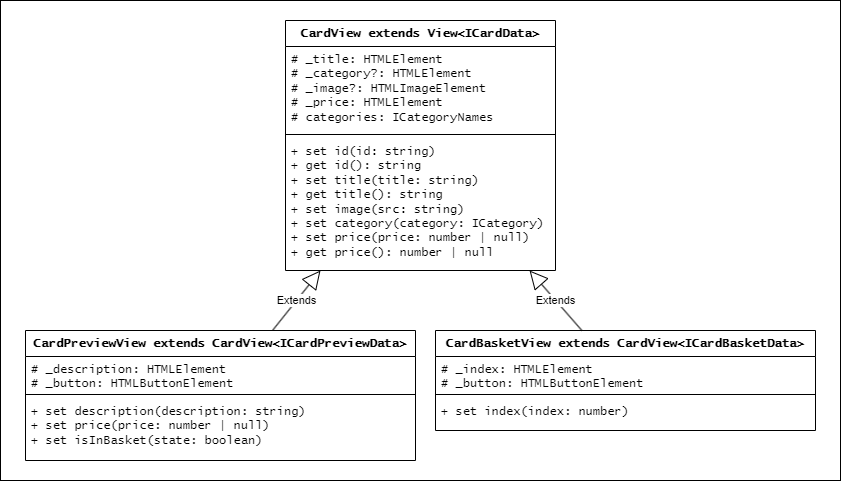
Before: documentation/View/CardClasses.png, a diagram exported from draw.io (anna-kobis/web-larek). Source tidied: cells renumbered, new cells last; positions are measured from the earlier drawing's top-left corner, leaving out a move shared by most shapes. Its diagram source:
```xml
<mxGraphModel>
  <root>
    <mxCell id="0" />
    <mxCell id="1" parent="0" />
    <mxCell id="2" style="rounded=0;whiteSpace=wrap;html=1;" parent="1" vertex="1">
      <mxGeometry width="840" height="480" as="geometry" />
    </mxCell>
    <mxCell id="3" value="CardView extends View&amp;lt;ICardData&amp;gt;" style="swimlane;fontStyle=1;align=center;verticalAlign=top;horizontal=1;startSize=26;whiteSpace=wrap;html=1;fontFamily=Lucida Console;" parent="1" vertex="1">
      <mxGeometry x="285" y="20" width="270" height="250" as="geometry" />
    </mxCell>
    <mxCell id="4" value="&lt;div&gt;&lt;span style=&quot;background-color: initial;&quot;&gt;# _title: HTMLElement&lt;/span&gt;&lt;br&gt;&lt;/div&gt;&lt;div&gt;&lt;span style=&quot;white-space: normal;&quot;&gt;# _category?: HTMLElement&lt;/span&gt;&lt;/div&gt;&lt;div&gt;&lt;span style=&quot;white-space: normal;&quot;&gt;# _image?: HTMLImageElement&lt;/span&gt;&lt;/div&gt;&lt;div&gt;&lt;span style=&quot;white-space: normal;&quot;&gt;# _price: HTMLElement&lt;/span&gt;&lt;/div&gt;&lt;div&gt;# categories: ICategoryNames&lt;span style=&quot;white-space: normal;&quot;&gt;&lt;br&gt;&lt;/span&gt;&lt;/div&gt;" style="text;strokeColor=none;fillColor=none;align=left;verticalAlign=top;spacingLeft=4;spacingRight=4;overflow=hidden;whiteSpace=wrap;html=1;fontFamily=Lucida Console;" parent="3" vertex="1">
      <mxGeometry y="26" width="270" height="84" as="geometry" />
    </mxCell>
    <mxCell id="5" style="line;strokeWidth=1;fillColor=none;align=left;verticalAlign=middle;spacingTop=-1;spacingLeft=3;spacingRight=3;labelPosition=right;strokeColor=inherit;fontFamily=Lucida Console;" parent="3" vertex="1">
      <mxGeometry y="110" width="270" height="8" as="geometry" />
    </mxCell>
    <mxCell id="6" value="&lt;div&gt;+ set id(id: string)&lt;/div&gt;&lt;div&gt;&lt;span style=&quot;white-space: normal;&quot;&gt;+ get id(): string&lt;/span&gt;&lt;/div&gt;&lt;div&gt;&lt;span style=&quot;white-space: normal;&quot;&gt;+ set title(title: string)&lt;/span&gt;&lt;/div&gt;&lt;div&gt;&lt;span style=&quot;white-space: normal;&quot;&gt;+ get title(): string&lt;/span&gt;&lt;/div&gt;&lt;div&gt;&lt;span style=&quot;white-space: normal;&quot;&gt;+ set image(src: string)&lt;/span&gt;&lt;/div&gt;&lt;div&gt;&lt;span style=&quot;white-space: normal;&quot;&gt;+ set category(category: ICategory)&lt;/span&gt;&lt;/div&gt;&lt;div&gt;&lt;span style=&quot;white-space: normal;&quot;&gt;+ set price(price: number | null)&lt;/span&gt;&lt;/div&gt;&lt;div&gt;&lt;span style=&quot;white-space: normal;&quot;&gt;+ get price(): number | null&lt;/span&gt;&lt;/div&gt;" style="text;strokeColor=none;fillColor=none;align=left;verticalAlign=top;spacingLeft=4;spacingRight=4;overflow=hidden;points=[[0,0.5],[1,0.5]];portConstraint=eastwest;whiteSpace=wrap;html=1;fontFamily=Lucida Console;fontStyle=0;" parent="3" vertex="1">
      <mxGeometry y="118" width="270" height="132" as="geometry" />
    </mxCell>
    <mxCell id="7" value="CardPreviewView extends CardView&amp;lt;ICardPreviewData&amp;gt;" style="swimlane;fontStyle=1;align=center;verticalAlign=top;horizontal=1;startSize=26;whiteSpace=wrap;html=1;fontFamily=Lucida Console;" parent="1" vertex="1">
      <mxGeometry x="25" y="330" width="390" height="130" as="geometry" />
    </mxCell>
    <mxCell id="8" value="&lt;div&gt;&lt;div&gt;# _description: HTMLElement&lt;/div&gt;&lt;div&gt;&lt;span style=&quot;white-space: normal;&quot;&gt;# _button: HTMLButtonElement&lt;/span&gt;&lt;/div&gt;&lt;/div&gt;" style="text;strokeColor=none;fillColor=none;align=left;verticalAlign=top;spacingLeft=4;spacingRight=4;overflow=hidden;whiteSpace=wrap;html=1;fontFamily=Lucida Console;" parent="7" vertex="1">
      <mxGeometry y="26" width="390" height="34" as="geometry" />
    </mxCell>
    <mxCell id="9" style="line;strokeWidth=1;fillColor=none;align=left;verticalAlign=middle;spacingTop=-1;spacingLeft=3;spacingRight=3;labelPosition=right;strokeColor=inherit;fontFamily=Lucida Console;" parent="7" vertex="1">
      <mxGeometry y="60" width="390" height="8" as="geometry" />
    </mxCell>
    <mxCell id="10" value="&lt;div&gt;+ set description(description: string)&lt;/div&gt;&lt;div&gt;+ set price(price: number | null)&lt;/div&gt;&lt;div&gt;&lt;span style=&quot;white-space: normal;&quot;&gt;+ set isInBasket(state: boolean)&lt;/span&gt;&lt;/div&gt;" style="text;strokeColor=none;fillColor=none;align=left;verticalAlign=top;spacingLeft=4;spacingRight=4;overflow=hidden;whiteSpace=wrap;html=1;fontFamily=Lucida Console;fontStyle=0;" parent="7" vertex="1">
      <mxGeometry y="68" width="390" height="62" as="geometry" />
    </mxCell>
    <mxCell id="11" value="Extends" style="endArrow=block;endSize=16;endFill=0;html=1;rounded=0;" parent="1" edge="1" source="7" target="3">
      <mxGeometry relative="1" as="geometry" />
    </mxCell>
    <mxCell id="12" value="CardBasketView extends CardView&amp;lt;ICardBasketData&amp;gt;" style="swimlane;fontStyle=1;align=center;verticalAlign=top;horizontal=1;startSize=26;whiteSpace=wrap;html=1;fontFamily=Lucida Console;" parent="1" vertex="1">
      <mxGeometry x="435" y="330" width="380" height="100" as="geometry" />
    </mxCell>
    <mxCell id="13" value="&lt;div&gt;# _index: HTMLElement&lt;/div&gt;&lt;div&gt;&lt;span style=&quot;white-space: normal;&quot;&gt;# _button: HTMLButtonElement&lt;/span&gt;&lt;/div&gt;" style="text;strokeColor=none;fillColor=none;align=left;verticalAlign=top;spacingLeft=4;spacingRight=4;overflow=hidden;whiteSpace=wrap;html=1;fontFamily=Lucida Console;" parent="12" vertex="1">
      <mxGeometry y="26" width="380" height="34" as="geometry" />
    </mxCell>
    <mxCell id="14" style="line;strokeWidth=1;fillColor=none;align=left;verticalAlign=middle;spacingTop=-1;spacingLeft=3;spacingRight=3;labelPosition=right;strokeColor=inherit;fontFamily=Lucida Console;" parent="12" vertex="1">
      <mxGeometry y="60" width="380" height="8" as="geometry" />
    </mxCell>
    <mxCell id="15" value="+ set index(index: number)" style="text;strokeColor=none;fillColor=none;align=left;verticalAlign=top;spacingLeft=4;spacingRight=4;overflow=hidden;whiteSpace=wrap;html=1;fontFamily=Lucida Console;fontStyle=0;" parent="12" vertex="1">
      <mxGeometry y="68" width="380" height="32" as="geometry" />
    </mxCell>
    <mxCell id="16" value="Extends" style="endArrow=block;endSize=16;endFill=0;html=1;rounded=0;" parent="1" edge="1" source="12" target="3">
      <mxGeometry relative="1" as="geometry" />
    </mxCell>
  </root>
</mxGraphModel>
```
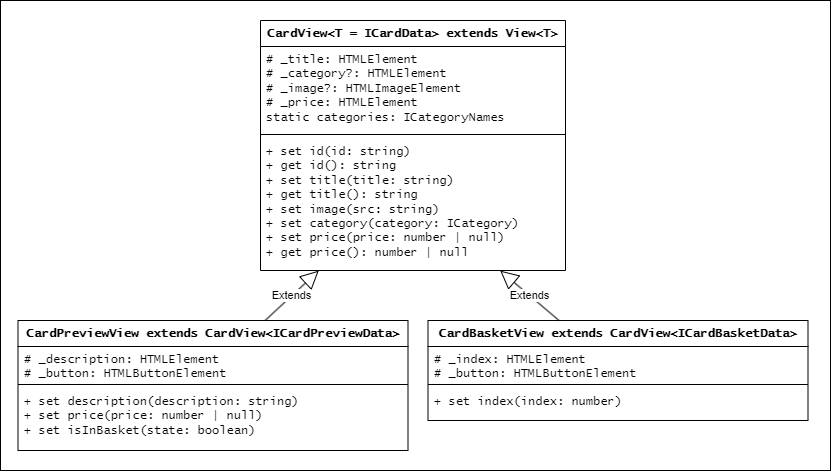
The same file after the commit.

Diff of the diagram source:
```diff
@@ -3,22 +3,27 @@
     <mxCell id="0" />
     <mxCell id="1" parent="0" />
     <mxCell id="2" style="rounded=0;whiteSpace=wrap;html=1;" parent="1" vertex="1">
-      <mxGeometry width="840" height="480" as="geometry" />
+      <mxGeometry x="30" y="10" width="830" height="470" as="geometry" />
     </mxCell>
+    <mxCell id="17" value="Extends" style="endArrow=block;endSize=16;endFill=0;html=1;rounded=0;" parent="1" edge="1" target="x">
+      <mxGeometry relative="1" as="geometry">
+        <mxPoint x="1095" y="-46.9" as="sourcePoint" />
+      </mxGeometry>
+    </mxCell>
-    <mxCell id="3" value="CardView extends View&amp;lt;ICardData&amp;gt;" style="swimlane;fontStyle=1;align=center;verticalAlign=top;horizontal=1;startSize=26;whiteSpace=wrap;html=1;fontFamily=Lucida Console;" parent="1" vertex="1">
-      <mxGeometry x="285" y="20" width="270" height="250" as="geometry" />
+    <mxCell id="3" value="CardView&amp;lt;T = ICardData&amp;gt; extends View&amp;lt;T&amp;gt;" style="swimlane;fontStyle=1;align=center;verticalAlign=top;horizontal=1;startSize=26;whiteSpace=wrap;html=1;fontFamily=Lucida Console;" parent="1" vertex="1">
+      <mxGeometry x="290" y="30" width="305" height="250" as="geometry" />
     </mxCell>
-    <mxCell id="4" value="&lt;div&gt;&lt;span style=&quot;background-color: initial;&quot;&gt;# _title: HTMLElement&lt;/span&gt;&lt;br&gt;&lt;/div&gt;&lt;div&gt;&lt;span style=&quot;white-space: normal;&quot;&gt;# _category?: HTMLElement&lt;/span&gt;&lt;/div&gt;&lt;div&gt;&lt;span style=&quot;white-space: normal;&quot;&gt;# _image?: HTMLImageElement&lt;/span&gt;&lt;/div&gt;&lt;div&gt;&lt;span style=&quot;white-space: normal;&quot;&gt;# _price: HTMLElement&lt;/span&gt;&lt;/div&gt;&lt;div&gt;# categories: ICategoryNames&lt;span style=&quot;white-space: normal;&quot;&gt;&lt;br&gt;&lt;/span&gt;&lt;/div&gt;" style="text;strokeColor=none;fillColor=none;align=left;verticalAlign=top;spacingLeft=4;spacingRight=4;overflow=hidden;whiteSpace=wrap;html=1;fontFamily=Lucida Console;" parent="3" vertex="1">
-      <mxGeometry y="26" width="270" height="84" as="geometry" />
+    <mxCell id="4" value="&lt;div&gt;&lt;span style=&quot;background-color: initial;&quot;&gt;# _title: HTMLElement&lt;/span&gt;&lt;br&gt;&lt;/div&gt;&lt;div&gt;&lt;span style=&quot;white-space: normal;&quot;&gt;# _category?: HTMLElement&lt;/span&gt;&lt;/div&gt;&lt;div&gt;&lt;span style=&quot;white-space: normal;&quot;&gt;# _image?: HTMLImageElement&lt;/span&gt;&lt;/div&gt;&lt;div&gt;&lt;span style=&quot;white-space: normal;&quot;&gt;# _price: HTMLElement&lt;/span&gt;&lt;/div&gt;&lt;div&gt;static categories: ICategoryNames&lt;span style=&quot;white-space: normal;&quot;&gt;&lt;br&gt;&lt;/span&gt;&lt;/div&gt;" style="text;strokeColor=none;fillColor=none;align=left;verticalAlign=top;spacingLeft=4;spacingRight=4;overflow=hidden;whiteSpace=wrap;html=1;fontFamily=Lucida Console;" parent="3" vertex="1">
+      <mxGeometry y="26" width="305" height="84" as="geometry" />
     </mxCell>
     <mxCell id="5" style="line;strokeWidth=1;fillColor=none;align=left;verticalAlign=middle;spacingTop=-1;spacingLeft=3;spacingRight=3;labelPosition=right;strokeColor=inherit;fontFamily=Lucida Console;" parent="3" vertex="1">
-      <mxGeometry y="110" width="270" height="8" as="geometry" />
+      <mxGeometry y="110" width="305" height="8" as="geometry" />
     </mxCell>
     <mxCell id="6" value="&lt;div&gt;+ set id(id: string)&lt;/div&gt;&lt;div&gt;&lt;span style=&quot;white-space: normal;&quot;&gt;+ get id(): string&lt;/span&gt;&lt;/div&gt;&lt;div&gt;&lt;span style=&quot;white-space: normal;&quot;&gt;+ set title(title: string)&lt;/span&gt;&lt;/div&gt;&lt;div&gt;&lt;span style=&quot;white-space: normal;&quot;&gt;+ get title(): string&lt;/span&gt;&lt;/div&gt;&lt;div&gt;&lt;span style=&quot;white-space: normal;&quot;&gt;+ set image(src: string)&lt;/span&gt;&lt;/div&gt;&lt;div&gt;&lt;span style=&quot;white-space: normal;&quot;&gt;+ set category(category: ICategory)&lt;/span&gt;&lt;/div&gt;&lt;div&gt;&lt;span style=&quot;white-space: normal;&quot;&gt;+ set price(price: number | null)&lt;/span&gt;&lt;/div&gt;&lt;div&gt;&lt;span style=&quot;white-space: normal;&quot;&gt;+ get price(): number | null&lt;/span&gt;&lt;/div&gt;" style="text;strokeColor=none;fillColor=none;align=left;verticalAlign=top;spacingLeft=4;spacingRight=4;overflow=hidden;points=[[0,0.5],[1,0.5]];portConstraint=eastwest;whiteSpace=wrap;html=1;fontFamily=Lucida Console;fontStyle=0;" parent="3" vertex="1">
-      <mxGeometry y="118" width="270" height="132" as="geometry" />
+      <mxGeometry y="118" width="305" height="132" as="geometry" />
     </mxCell>
     <mxCell id="7" value="CardPreviewView extends CardView&amp;lt;ICardPreviewData&amp;gt;" style="swimlane;fontStyle=1;align=center;verticalAlign=top;horizontal=1;startSize=26;whiteSpace=wrap;html=1;fontFamily=Lucida Console;" parent="1" vertex="1">
-      <mxGeometry x="25" y="330" width="390" height="130" as="geometry" />
+      <mxGeometry x="47.5" y="330" width="390" height="130" as="geometry" />
     </mxCell>
     <mxCell id="8" value="&lt;div&gt;&lt;div&gt;# _description: HTMLElement&lt;/div&gt;&lt;div&gt;&lt;span style=&quot;white-space: normal;&quot;&gt;# _button: HTMLButtonElement&lt;/span&gt;&lt;/div&gt;&lt;/div&gt;" style="text;strokeColor=none;fillColor=none;align=left;verticalAlign=top;spacingLeft=4;spacingRight=4;overflow=hidden;whiteSpace=wrap;html=1;fontFamily=Lucida Console;" parent="7" vertex="1">
       <mxGeometry y="26" width="390" height="34" as="geometry" />
@@ -29,11 +34,11 @@
     <mxCell id="10" value="&lt;div&gt;+ set description(description: string)&lt;/div&gt;&lt;div&gt;+ set price(price: number | null)&lt;/div&gt;&lt;div&gt;&lt;span style=&quot;white-space: normal;&quot;&gt;+ set isInBasket(state: boolean)&lt;/span&gt;&lt;/div&gt;" style="text;strokeColor=none;fillColor=none;align=left;verticalAlign=top;spacingLeft=4;spacingRight=4;overflow=hidden;whiteSpace=wrap;html=1;fontFamily=Lucida Console;fontStyle=0;" parent="7" vertex="1">
       <mxGeometry y="68" width="390" height="62" as="geometry" />
     </mxCell>
-    <mxCell id="11" value="Extends" style="endArrow=block;endSize=16;endFill=0;html=1;rounded=0;" parent="1" edge="1" source="7" target="3">
+    <mxCell id="11" value="Extends" style="endArrow=block;endSize=16;endFill=0;html=1;rounded=0;exitX=0.634;exitY=-0.001;exitDx=0;exitDy=0;exitPerimeter=0;entryX=0.191;entryY=1.001;entryDx=0;entryDy=0;entryPerimeter=0;" parent="1" edge="1" source="7" target="6">
       <mxGeometry relative="1" as="geometry" />
     </mxCell>
     <mxCell id="12" value="CardBasketView extends CardView&amp;lt;ICardBasketData&amp;gt;" style="swimlane;fontStyle=1;align=center;verticalAlign=top;horizontal=1;startSize=26;whiteSpace=wrap;html=1;fontFamily=Lucida Console;" parent="1" vertex="1">
-      <mxGeometry x="435" y="330" width="380" height="100" as="geometry" />
+      <mxGeometry x="457.5" y="330" width="380" height="100" as="geometry" />
     </mxCell>
     <mxCell id="13" value="&lt;div&gt;# _index: HTMLElement&lt;/div&gt;&lt;div&gt;&lt;span style=&quot;white-space: normal;&quot;&gt;# _button: HTMLButtonElement&lt;/span&gt;&lt;/div&gt;" style="text;strokeColor=none;fillColor=none;align=left;verticalAlign=top;spacingLeft=4;spacingRight=4;overflow=hidden;whiteSpace=wrap;html=1;fontFamily=Lucida Console;" parent="12" vertex="1">
       <mxGeometry y="26" width="380" height="34" as="geometry" />
@@ -44,8 +49,38 @@
     <mxCell id="15" value="+ set index(index: number)" style="text;strokeColor=none;fillColor=none;align=left;verticalAlign=top;spacingLeft=4;spacingRight=4;overflow=hidden;whiteSpace=wrap;html=1;fontFamily=Lucida Console;fontStyle=0;" parent="12" vertex="1">
       <mxGeometry y="68" width="380" height="32" as="geometry" />
     </mxCell>
-    <mxCell id="16" value="Extends" style="endArrow=block;endSize=16;endFill=0;html=1;rounded=0;" parent="1" edge="1" source="12" target="3">
+    <mxCell id="16" value="Extends" style="endArrow=block;endSize=16;endFill=0;html=1;rounded=0;entryX=0.786;entryY=1.001;entryDx=0;entryDy=0;entryPerimeter=0;" parent="1" edge="1" source="12" target="6">
       <mxGeometry relative="1" as="geometry" />
     </mxCell>
+    <mxCell id="18" value="Extends" style="endArrow=block;endSize=16;endFill=0;html=1;rounded=0;" parent="1" edge="1" source="x">
+      <mxGeometry relative="1" as="geometry">
+        <mxPoint x="745.2" y="-20" as="targetPoint" />
+      </mxGeometry>
+    </mxCell>
+    <mxCell id="19" value="Extends" style="endArrow=block;endSize=16;endFill=0;html=1;rounded=0;exitX=0;exitY=0.25;exitDx=0;exitDy=0;" parent="1" edge="1" source="x">
+      <mxGeometry relative="1" as="geometry">
+        <mxPoint x="959.3" y="230" as="targetPoint" />
+      </mxGeometry>
+    </mxCell>
+    <mxCell id="20" value="Extends" style="endArrow=block;endSize=16;endFill=0;html=1;rounded=0;exitX=0.14;exitY=-0.012;exitDx=0;exitDy=0;exitPerimeter=0;" parent="1" edge="1" source="x">
+      <mxGeometry relative="1" as="geometry">
+        <mxPoint x="845.3" y="230" as="targetPoint" />
+      </mxGeometry>
+    </mxCell>
+    <mxCell id="21" value="Extends" style="endArrow=block;endSize=16;endFill=0;html=1;rounded=0;entryX=1;entryY=0.5;entryDx=0;entryDy=0;" parent="1" edge="1" target="x">
+      <mxGeometry relative="1" as="geometry">
+        <mxPoint x="1085" y="-151.3" as="sourcePoint" />
+      </mxGeometry>
+    </mxCell>
+    <mxCell id="22" value="Extends" style="endArrow=block;endSize=16;endFill=0;html=1;rounded=0;entryX=0.906;entryY=1.007;entryDx=0;entryDy=0;entryPerimeter=0;exitX=0.081;exitY=-0.004;exitDx=0;exitDy=0;exitPerimeter=0;" parent="1" edge="1" source="x">
+      <mxGeometry relative="1" as="geometry">
+        <mxPoint x="956.4" y="-19.4" as="targetPoint" />
+      </mxGeometry>
+    </mxCell>
+    <mxCell id="23" value="Extends" style="endArrow=block;endSize=16;endFill=0;html=1;rounded=0;" parent="1" edge="1" source="x">
+      <mxGeometry relative="1" as="geometry">
+        <mxPoint x="440" y="-84.6" as="targetPoint" />
+      </mxGeometry>
+    </mxCell>
   </root>
 </mxGraphModel>
```
